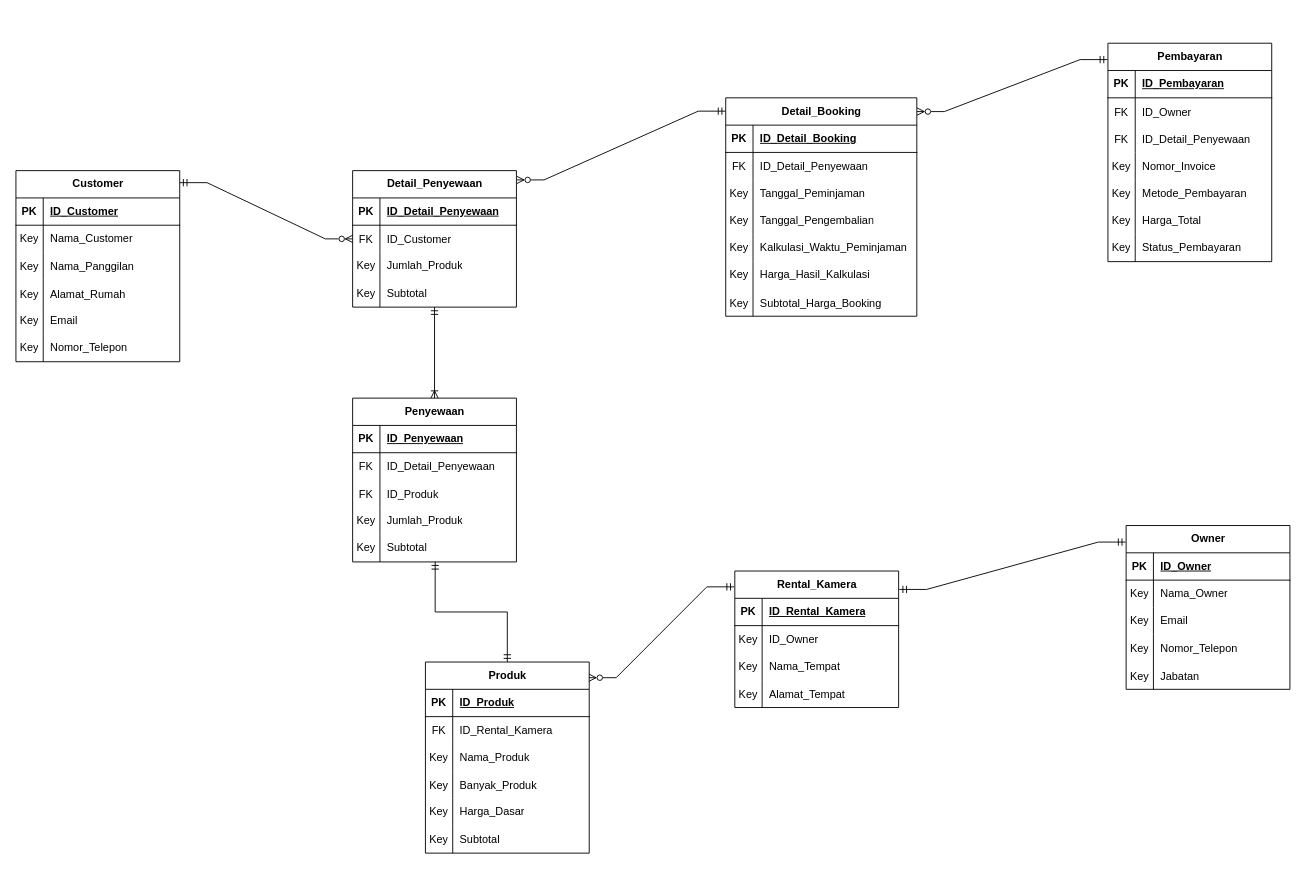
King-Ag-Jv/Project-Atrem keeps this draw.io diagram as page "Revisi-2" (2 of 2) of sistem-rental-kamera.drawio. Above is the earlier version. Source tidied: cells renumbered, new cells numbered last; positions are measured from the earlier drawing's top-left corner, leaving out a move shared by most shapes. Both pictures are drawn from the tidied source at 91%, with x=0, y=0 at pixel (15, 43).
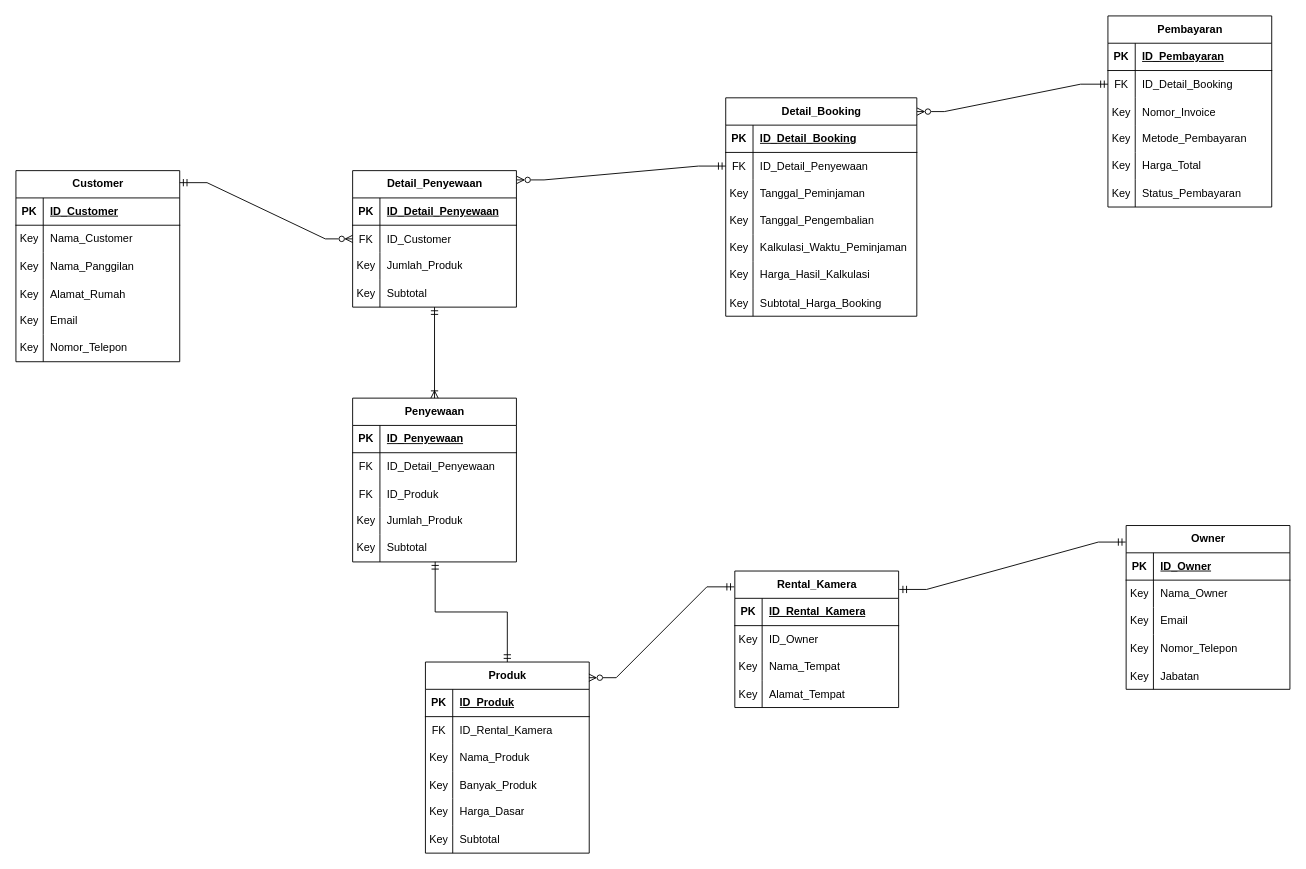
The same page after the edit.

Unchanged cells that the change refers to:
```xml
<mxCell id="94" value="Detail_Booking" style="shape=table;startSize=30;childLayout=tableLayout;rowLines=0;fontStyle=1;align=center;html=1;" parent="1" vertex="1">
  <mxGeometry x="780" y="60" width="210" height="240" as="geometry" />
</mxCell>
<mxCell id="98" style="shape=tableRow;horizontal=0;startSize=0;swimlaneHead=0;swimlaneBody=0;fillColor=none;points=[[0,0.5],[1,0.5]];portConstraint=eastwest;top=0;left=0;right=0;bottom=0;" parent="94" vertex="1">
  <mxGeometry y="60" width="210" height="30" as="geometry" />
</mxCell>
<mxCell id="135" value="Detail_Penyewaan" style="shape=table;startSize=30;childLayout=tableLayout;rowLines=0;fontStyle=1;align=center;html=1;" parent="1" vertex="1">
  <mxGeometry x="370" y="140" width="180" height="150" as="geometry" />
</mxCell>
```

Change to the diagram source:
```diff
@@
     <mxCell id="72" value="Pembayaran" style="shape=table;startSize=30;childLayout=tableLayout;rowLines=0;fontStyle=1;align=center;html=1;" parent="1" vertex="1">
-      <mxGeometry x="1200" width="180" height="240" as="geometry" />
+      <mxGeometry x="1200" y="-30" width="180" height="210" as="geometry" />
     </mxCell>
@@
-    <mxCell id="76" style="shape=tableRow;horizontal=0;startSize=0;swimlaneHead=0;swimlaneBody=0;fillColor=none;top=0;left=0;right=0;bottom=0;" parent="72" vertex="1">
-      <mxGeometry y="60" width="180" height="30" as="geometry" />
-    </mxCell>
-    <mxCell id="77" value="FK" style="shape=partialRectangle;fillColor=none;top=0;left=0;bottom=0;right=0;overflow=hidden;" parent="76" vertex="1">
-      <mxGeometry width="30" height="30" as="geometry" />
-    </mxCell>
-    <mxCell id="78" value="ID_Owner" style="shape=partialRectangle;fillColor=none;top=0;left=0;bottom=0;right=0;align=left;spacingLeft=6;overflow=hidden;" parent="76" vertex="1">
-      <mxGeometry x="30" width="150" height="30" as="geometry" />
-    </mxCell>
     <mxCell id="79" style="shape=tableRow;horizontal=0;startSize=0;swimlaneHead=0;swimlaneBody=0;fillColor=none;points=[[0,0.5],[1,0.5]];portConstraint=eastwest;top=0;left=0;right=0;bottom=0;" parent="72" vertex="1">
-      <mxGeometry y="90" width="180" height="30" as="geometry" />
+      <mxGeometry y="60" width="180" height="30" as="geometry" />
     </mxCell>
@@
-    <mxCell id="81" value="ID_Detail_Penyewaan" style="shape=partialRectangle;fillColor=none;top=0;left=0;bottom=0;right=0;align=left;spacingLeft=6;overflow=hidden;" parent="79" vertex="1">
+    <mxCell id="81" value="ID_Detail_Booking" style="shape=partialRectangle;fillColor=none;top=0;left=0;bottom=0;right=0;align=left;spacingLeft=6;overflow=hidden;" parent="79" vertex="1">
       <mxGeometry x="30" width="150" height="30" as="geometry" />
     </mxCell>
     <mxCell id="82" style="shape=tableRow;horizontal=0;startSize=0;swimlaneHead=0;swimlaneBody=0;fillColor=none;top=0;left=0;right=0;bottom=0;" parent="72" vertex="1">
-      <mxGeometry y="120" width="180" height="30" as="geometry" />
+      <mxGeometry y="90" width="180" height="30" as="geometry" />
     </mxCell>
@@
     <mxCell id="85" style="shape=tableRow;horizontal=0;startSize=0;swimlaneHead=0;swimlaneBody=0;fillColor=none;top=0;left=0;right=0;bottom=0;" parent="72" vertex="1">
-      <mxGeometry y="150" width="180" height="30" as="geometry" />
+      <mxGeometry y="120" width="180" height="30" as="geometry" />
     </mxCell>
@@
     <mxCell id="88" style="shape=tableRow;horizontal=0;startSize=0;swimlaneHead=0;swimlaneBody=0;fillColor=none;top=0;left=0;right=0;bottom=0;" parent="72" vertex="1">
-      <mxGeometry y="180" width="180" height="30" as="geometry" />
+      <mxGeometry y="150" width="180" height="30" as="geometry" />
     </mxCell>
@@
     <mxCell id="91" style="shape=tableRow;horizontal=0;startSize=0;swimlaneHead=0;swimlaneBody=0;fillColor=none;top=0;left=0;right=0;bottom=0;" parent="72" vertex="1">
-      <mxGeometry y="210" width="180" height="30" as="geometry" />
+      <mxGeometry y="180" width="180" height="30" as="geometry" />
     </mxCell>
@@
-    <mxCell id="131" style="edgeStyle=entityRelationEdgeStyle;fontSize=12;html=1;endArrow=ERmandOne;endFill=0;rounded=0;startArrow=ERzeroToMany;startFill=0;entryX=-0.001;entryY=0.061;entryDx=0;entryDy=0;entryPerimeter=0;exitX=1.002;exitY=0.068;exitDx=0;exitDy=0;exitPerimeter=0;" parent="1" edge="1" source="135" target="94">
+    <mxCell id="131" style="edgeStyle=entityRelationEdgeStyle;fontSize=12;html=1;endArrow=ERmandOne;endFill=0;rounded=0;startArrow=ERzeroToMany;startFill=0;entryX=0;entryY=0.5;entryDx=0;entryDy=0;exitX=1.002;exitY=0.068;exitDx=0;exitDy=0;exitPerimeter=0;" parent="1" edge="1" source="135" target="98">
       <mxGeometry relative="1" as="geometry" />
     </mxCell>
@@
-    <mxCell id="133" style="edgeStyle=entityRelationEdgeStyle;fontSize=12;html=1;endArrow=ERmandOne;endFill=0;rounded=0;startArrow=ERzeroToMany;startFill=0;exitX=1.001;exitY=0.063;exitDx=0;exitDy=0;exitPerimeter=0;entryX=-0.003;entryY=0.075;entryDx=0;entryDy=0;entryPerimeter=0;" parent="1" edge="1" source="94" target="72">
+    <mxCell id="133" style="edgeStyle=entityRelationEdgeStyle;fontSize=12;html=1;endArrow=ERmandOne;endFill=0;rounded=0;startArrow=ERzeroToMany;startFill=0;exitX=1.001;exitY=0.063;exitDx=0;exitDy=0;exitPerimeter=0;entryX=0;entryY=0.5;entryDx=0;entryDy=0;" parent="1" edge="1" source="94" target="79">
       <mxGeometry relative="1" as="geometry" />
     </mxCell>
```
